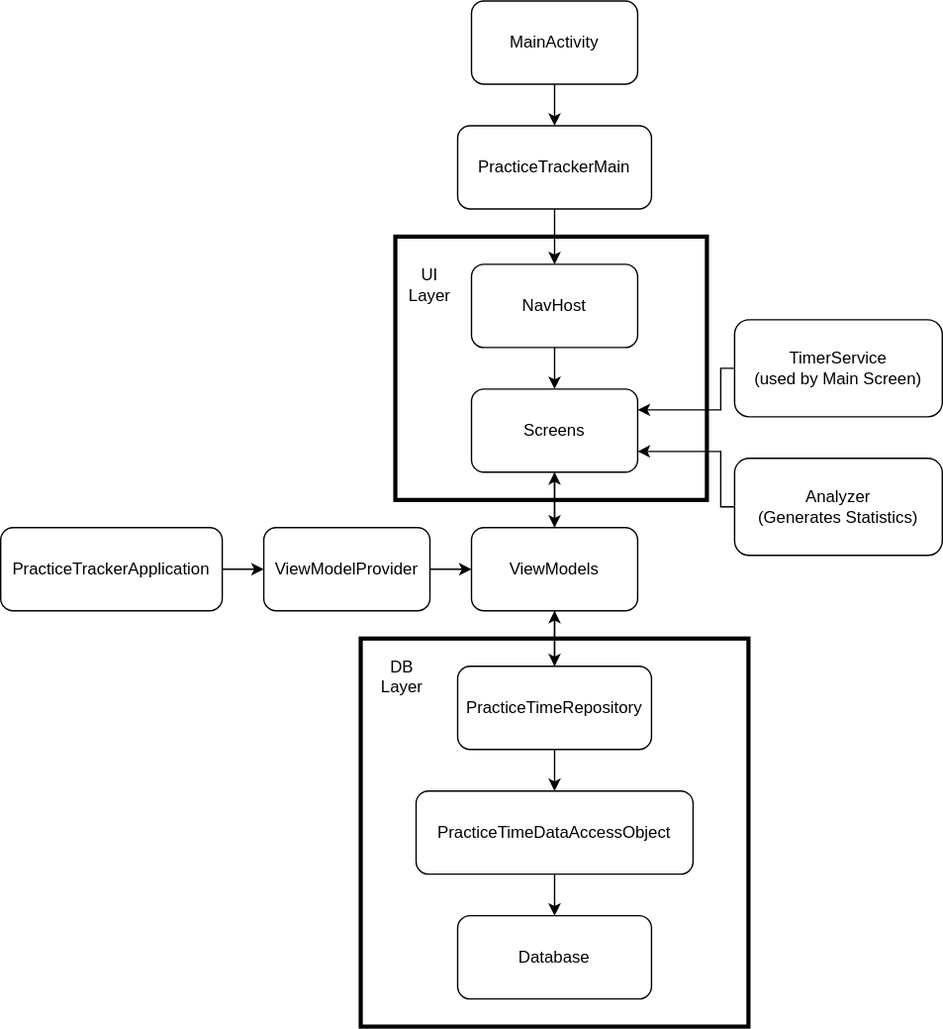
jhaeussler/PracticeTracker keeps this draw.io diagram as architecture.svg. Above is the earlier version. Source tidied: cells renumbered, new cells last; positions are measured from the earlier drawing's top-left corner, leaving out a move shared by most shapes. Its diagram source:
```xml
<mxGraphModel>
  <root>
    <mxCell id="0" />
    <mxCell id="1" parent="0" />
    <mxCell id="2" style="edgeStyle=orthogonalEdgeStyle;rounded=0;jettySize=auto;html=1;exitX=1;exitY=0.5;exitDx=0;exitDy=0;" parent="1" edge="1" source="3">
      <mxGeometry relative="1" as="geometry">
        <mxPoint x="190" y="410" as="targetPoint" />
      </mxGeometry>
    </mxCell>
    <mxCell id="3" value="PracticeTrackerApplication" style="rounded=1;whiteSpace=wrap;html=1;" parent="1" vertex="1">
      <mxGeometry y="380" width="160" height="60" as="geometry" />
    </mxCell>
    <mxCell id="4" style="edgeStyle=orthogonalEdgeStyle;rounded=0;jettySize=auto;html=1;exitX=1;exitY=0.5;exitDx=0;exitDy=0;entryX=0;entryY=0.5;entryDx=0;entryDy=0;" parent="1" edge="1" source="6" target="16">
      <mxGeometry relative="1" as="geometry" />
    </mxCell>
    <mxCell id="5" style="edgeStyle=orthogonalEdgeStyle;rounded=0;jettySize=auto;html=1;exitX=0.5;exitY=1;exitDx=0;exitDy=0;entryX=0.5;entryY=0;entryDx=0;entryDy=0;" parent="1" edge="1" source="16" target="19">
      <mxGeometry relative="1" as="geometry" />
    </mxCell>
    <mxCell id="6" value="ViewModelProvider" style="rounded=1;whiteSpace=wrap;html=1;" parent="1" vertex="1">
      <mxGeometry x="190" y="380" width="120" height="60" as="geometry" />
    </mxCell>
    <mxCell id="7" style="edgeStyle=orthogonalEdgeStyle;rounded=0;jettySize=auto;html=1;exitX=0.5;exitY=1;exitDx=0;exitDy=0;entryX=0.5;entryY=0;entryDx=0;entryDy=0;" parent="1" edge="1" source="8" target="10">
      <mxGeometry relative="1" as="geometry" />
    </mxCell>
    <mxCell id="8" value="MainActivity" style="rounded=1;whiteSpace=wrap;html=1;" parent="1" vertex="1">
      <mxGeometry x="340" width="120" height="60" as="geometry" />
    </mxCell>
    <mxCell id="9" style="edgeStyle=orthogonalEdgeStyle;rounded=0;jettySize=auto;html=1;exitX=0.5;exitY=1;exitDx=0;exitDy=0;" parent="1" edge="1" source="10" target="12">
      <mxGeometry relative="1" as="geometry" />
    </mxCell>
    <mxCell id="10" value="PracticeTrackerMain" style="rounded=1;whiteSpace=wrap;html=1;" parent="1" vertex="1">
      <mxGeometry x="330" y="90" width="140" height="60" as="geometry" />
    </mxCell>
    <mxCell id="11" style="edgeStyle=orthogonalEdgeStyle;rounded=0;jettySize=auto;html=1;exitX=0.5;exitY=1;exitDx=0;exitDy=0;entryX=0.5;entryY=0;entryDx=0;entryDy=0;" parent="1" edge="1" source="12" target="14">
      <mxGeometry relative="1" as="geometry" />
    </mxCell>
    <mxCell id="12" value="NavHost" style="rounded=1;whiteSpace=wrap;html=1;" parent="1" vertex="1">
      <mxGeometry x="340" y="190" width="120" height="60" as="geometry" />
    </mxCell>
    <mxCell id="13" style="edgeStyle=orthogonalEdgeStyle;rounded=0;jettySize=auto;html=1;exitX=0.5;exitY=1;exitDx=0;exitDy=0;entryX=0.5;entryY=0;entryDx=0;entryDy=0;" parent="1" edge="1" source="14" target="16">
      <mxGeometry relative="1" as="geometry" />
    </mxCell>
    <mxCell id="14" value="Screens" style="rounded=1;whiteSpace=wrap;html=1;" parent="1" vertex="1">
      <mxGeometry x="340" y="280" width="120" height="60" as="geometry" />
    </mxCell>
    <mxCell id="15" style="edgeStyle=orthogonalEdgeStyle;rounded=0;jettySize=auto;html=1;exitX=0.5;exitY=0;exitDx=0;exitDy=0;entryX=0.5;entryY=1;entryDx=0;entryDy=0;" parent="1" edge="1" source="16" target="14">
      <mxGeometry relative="1" as="geometry" />
    </mxCell>
    <mxCell id="16" value="ViewModels" style="rounded=1;whiteSpace=wrap;html=1;" parent="1" vertex="1">
      <mxGeometry x="340" y="380" width="120" height="60" as="geometry" />
    </mxCell>
    <mxCell id="17" style="edgeStyle=orthogonalEdgeStyle;rounded=0;jettySize=auto;html=1;exitX=0.5;exitY=1;exitDx=0;exitDy=0;entryX=0.5;entryY=0;entryDx=0;entryDy=0;" parent="1" edge="1" source="19" target="21">
      <mxGeometry relative="1" as="geometry" />
    </mxCell>
    <mxCell id="18" style="edgeStyle=orthogonalEdgeStyle;rounded=0;jettySize=auto;html=1;exitX=0.5;exitY=0;exitDx=0;exitDy=0;entryX=0.5;entryY=1;entryDx=0;entryDy=0;" parent="1" edge="1" source="19" target="16">
      <mxGeometry relative="1" as="geometry" />
    </mxCell>
    <mxCell id="19" value="PracticeTimeRepository" style="rounded=1;whiteSpace=wrap;html=1;" parent="1" vertex="1">
      <mxGeometry x="330" y="480" width="140" height="60" as="geometry" />
    </mxCell>
    <mxCell id="20" style="edgeStyle=orthogonalEdgeStyle;rounded=0;jettySize=auto;html=1;exitX=0.5;exitY=1;exitDx=0;exitDy=0;entryX=0.5;entryY=0;entryDx=0;entryDy=0;" parent="1" edge="1" source="21" target="22">
      <mxGeometry relative="1" as="geometry" />
    </mxCell>
    <mxCell id="21" value="PracticeTimeDataAccessObject" style="rounded=1;whiteSpace=wrap;html=1;" parent="1" vertex="1">
      <mxGeometry x="300" y="570" width="200" height="60" as="geometry" />
    </mxCell>
    <mxCell id="22" value="Database" style="rounded=1;whiteSpace=wrap;html=1;" parent="1" vertex="1">
      <mxGeometry x="330" y="660" width="140" height="60" as="geometry" />
    </mxCell>
    <mxCell id="23" style="edgeStyle=orthogonalEdgeStyle;rounded=0;jettySize=auto;html=1;exitX=0;exitY=0.5;exitDx=0;exitDy=0;entryX=1;entryY=0.25;entryDx=0;entryDy=0;" parent="1" edge="1" source="24" target="14">
      <mxGeometry relative="1" as="geometry">
        <Array as="points">
          <mxPoint x="520" y="265" />
          <mxPoint x="520" y="295" />
        </Array>
      </mxGeometry>
    </mxCell>
    <mxCell id="24" value="&lt;div&gt;TimerService&lt;/div&gt;&lt;div&gt;(used by Main Screen)&lt;/div&gt;" style="rounded=1;whiteSpace=wrap;html=1;" parent="1" vertex="1">
      <mxGeometry x="530" y="230" width="150" height="70" as="geometry" />
    </mxCell>
    <mxCell id="25" style="edgeStyle=orthogonalEdgeStyle;rounded=0;jettySize=auto;html=1;exitX=0;exitY=0.5;exitDx=0;exitDy=0;entryX=1;entryY=0.75;entryDx=0;entryDy=0;" parent="1" edge="1" source="26" target="14">
      <mxGeometry relative="1" as="geometry">
        <Array as="points">
          <mxPoint x="520" y="365" />
          <mxPoint x="520" y="325" />
        </Array>
      </mxGeometry>
    </mxCell>
    <mxCell id="26" value="&lt;div&gt;Analyzer&lt;/div&gt;(Generates Statistics)" style="rounded=1;whiteSpace=wrap;html=1;" parent="1" vertex="1">
      <mxGeometry x="530" y="330" width="150" height="70" as="geometry" />
    </mxCell>
    <mxCell id="27" style="rounded=0;whiteSpace=wrap;html=1;fillColor=none;strokeColor=light-dark(#000000,#D5E8D4);strokeWidth=3;" parent="1" vertex="1">
      <mxGeometry x="285" y="170" width="225" height="190" as="geometry" />
    </mxCell>
    <mxCell id="28" value="&lt;div&gt;UI&lt;/div&gt;&lt;div&gt;Layer&lt;/div&gt;" style="text;html=1;whiteSpace=wrap;strokeColor=none;fillColor=none;align=center;verticalAlign=middle;rounded=0;" parent="1" vertex="1">
      <mxGeometry x="280" y="190" width="60" height="30" as="geometry" />
    </mxCell>
    <mxCell id="29" style="rounded=0;whiteSpace=wrap;html=1;fillColor=none;strokeColor=light-dark(#000000,#A9C4EB);strokeWidth=3;" parent="1" vertex="1">
      <mxGeometry x="260" y="460" width="280" height="280" as="geometry" />
    </mxCell>
    <mxCell id="30" value="&lt;div&gt;DB&lt;/div&gt;&lt;div&gt;Layer&lt;/div&gt;&lt;div&gt;&lt;br&gt;&lt;/div&gt;" style="text;html=1;whiteSpace=wrap;strokeColor=none;fillColor=none;align=center;verticalAlign=middle;rounded=0;" parent="1" vertex="1">
      <mxGeometry x="260" y="480" width="60" height="30" as="geometry" />
    </mxCell>
  </root>
</mxGraphModel>
```
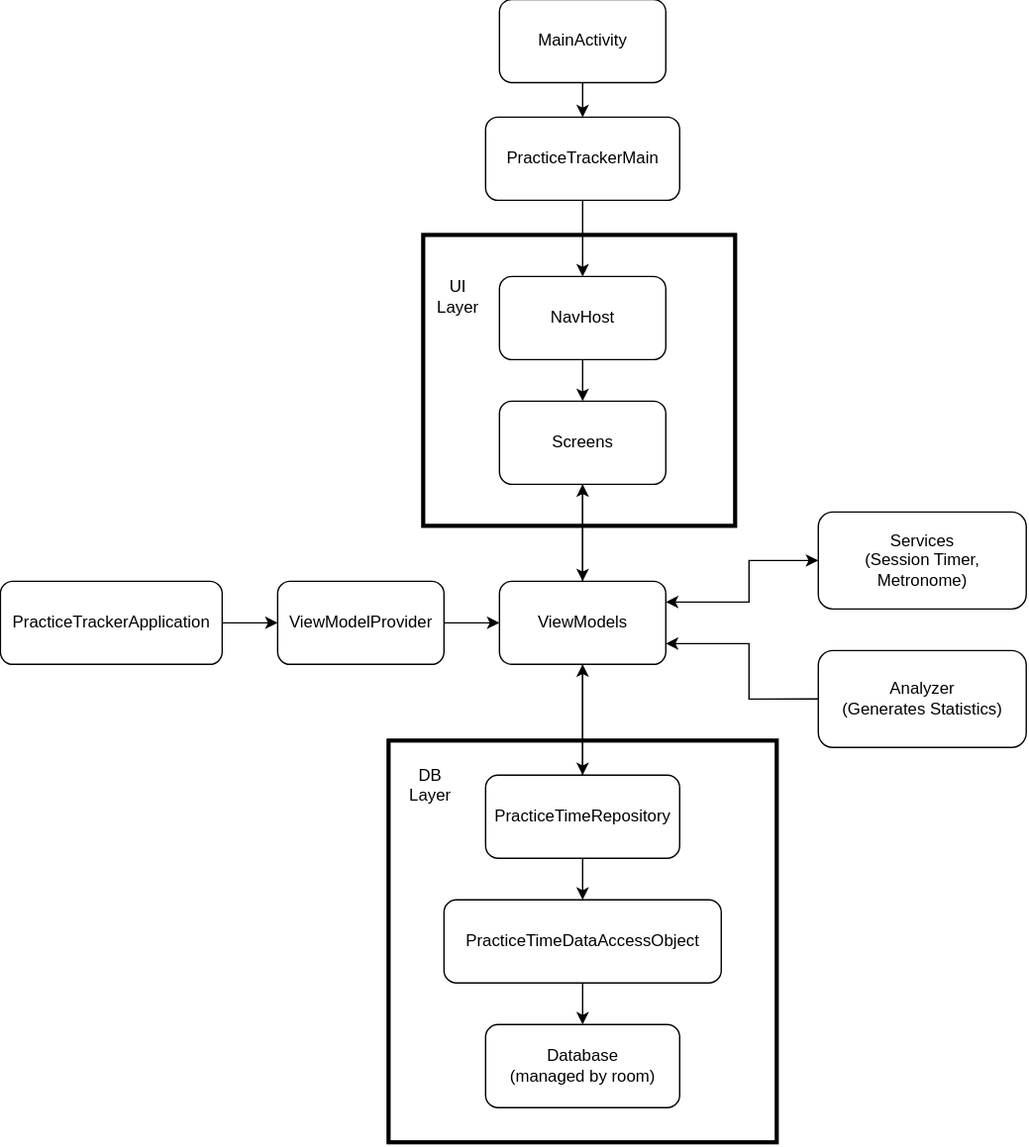
Above is the later version.

Diff of the diagram source:
```diff
@@ -2,13 +2,16 @@
   <root>
     <mxCell id="0" />
     <mxCell id="1" parent="0" />
+    <mxCell id="29" style="rounded=0;whiteSpace=wrap;html=1;fillColor=none;strokeColor=light-dark(#000000,#A9C4EB);strokeWidth=3;" parent="1" vertex="1">
+      <mxGeometry x="260" y="525" width="280" height="290" as="geometry" />
+    </mxCell>
     <mxCell id="2" style="edgeStyle=orthogonalEdgeStyle;rounded=0;jettySize=auto;html=1;exitX=1;exitY=0.5;exitDx=0;exitDy=0;" parent="1" edge="1" source="3">
       <mxGeometry relative="1" as="geometry">
-        <mxPoint x="190" y="410" as="targetPoint" />
+        <mxPoint x="180" y="440" as="targetPoint" />
       </mxGeometry>
     </mxCell>
     <mxCell id="3" value="PracticeTrackerApplication" style="rounded=1;whiteSpace=wrap;html=1;" parent="1" vertex="1">
-      <mxGeometry y="380" width="160" height="60" as="geometry" />
+      <mxGeometry x="-20" y="410" width="160" height="60" as="geometry" />
     </mxCell>
     <mxCell id="4" style="edgeStyle=orthogonalEdgeStyle;rounded=0;jettySize=auto;html=1;exitX=1;exitY=0.5;exitDx=0;exitDy=0;entryX=0;entryY=0.5;entryDx=0;entryDy=0;" parent="1" edge="1" source="6" target="16">
       <mxGeometry relative="1" as="geometry" />
@@ -17,19 +20,16 @@
       <mxGeometry relative="1" as="geometry" />
     </mxCell>
     <mxCell id="6" value="ViewModelProvider" style="rounded=1;whiteSpace=wrap;html=1;" parent="1" vertex="1">
-      <mxGeometry x="190" y="380" width="120" height="60" as="geometry" />
+      <mxGeometry x="180" y="410" width="120" height="60" as="geometry" />
     </mxCell>
     <mxCell id="7" style="edgeStyle=orthogonalEdgeStyle;rounded=0;jettySize=auto;html=1;exitX=0.5;exitY=1;exitDx=0;exitDy=0;entryX=0.5;entryY=0;entryDx=0;entryDy=0;" parent="1" edge="1" source="8" target="10">
       <mxGeometry relative="1" as="geometry" />
     </mxCell>
     <mxCell id="8" value="MainActivity" style="rounded=1;whiteSpace=wrap;html=1;" parent="1" vertex="1">
-      <mxGeometry x="340" width="120" height="60" as="geometry" />
+      <mxGeometry x="340" y="-10" width="120" height="60" as="geometry" />
     </mxCell>
-    <mxCell id="9" style="edgeStyle=orthogonalEdgeStyle;rounded=0;jettySize=auto;html=1;exitX=0.5;exitY=1;exitDx=0;exitDy=0;" parent="1" edge="1" source="10" target="12">
-      <mxGeometry relative="1" as="geometry" />
-    </mxCell>
     <mxCell id="10" value="PracticeTrackerMain" style="rounded=1;whiteSpace=wrap;html=1;" parent="1" vertex="1">
-      <mxGeometry x="330" y="90" width="140" height="60" as="geometry" />
+      <mxGeometry x="330" y="75" width="140" height="60" as="geometry" />
     </mxCell>
     <mxCell id="11" style="edgeStyle=orthogonalEdgeStyle;rounded=0;jettySize=auto;html=1;exitX=0.5;exitY=1;exitDx=0;exitDy=0;entryX=0.5;entryY=0;entryDx=0;entryDy=0;" parent="1" edge="1" source="12" target="14">
       <mxGeometry relative="1" as="geometry" />
@@ -43,63 +43,63 @@
     <mxCell id="14" value="Screens" style="rounded=1;whiteSpace=wrap;html=1;" parent="1" vertex="1">
       <mxGeometry x="340" y="280" width="120" height="60" as="geometry" />
     </mxCell>
-    <mxCell id="15" style="edgeStyle=orthogonalEdgeStyle;rounded=0;jettySize=auto;html=1;exitX=0.5;exitY=0;exitDx=0;exitDy=0;entryX=0.5;entryY=1;entryDx=0;entryDy=0;" parent="1" edge="1" source="16" target="14">
-      <mxGeometry relative="1" as="geometry" />
-    </mxCell>
     <mxCell id="16" value="ViewModels" style="rounded=1;whiteSpace=wrap;html=1;" parent="1" vertex="1">
-      <mxGeometry x="340" y="380" width="120" height="60" as="geometry" />
+      <mxGeometry x="340" y="410" width="120" height="60" as="geometry" />
     </mxCell>
     <mxCell id="17" style="edgeStyle=orthogonalEdgeStyle;rounded=0;jettySize=auto;html=1;exitX=0.5;exitY=1;exitDx=0;exitDy=0;entryX=0.5;entryY=0;entryDx=0;entryDy=0;" parent="1" edge="1" source="19" target="21">
       <mxGeometry relative="1" as="geometry" />
     </mxCell>
-    <mxCell id="18" style="edgeStyle=orthogonalEdgeStyle;rounded=0;jettySize=auto;html=1;exitX=0.5;exitY=0;exitDx=0;exitDy=0;entryX=0.5;entryY=1;entryDx=0;entryDy=0;" parent="1" edge="1" source="19" target="16">
-      <mxGeometry relative="1" as="geometry" />
-    </mxCell>
     <mxCell id="19" value="PracticeTimeRepository" style="rounded=1;whiteSpace=wrap;html=1;" parent="1" vertex="1">
-      <mxGeometry x="330" y="480" width="140" height="60" as="geometry" />
+      <mxGeometry x="330" y="550" width="140" height="60" as="geometry" />
     </mxCell>
     <mxCell id="20" style="edgeStyle=orthogonalEdgeStyle;rounded=0;jettySize=auto;html=1;exitX=0.5;exitY=1;exitDx=0;exitDy=0;entryX=0.5;entryY=0;entryDx=0;entryDy=0;" parent="1" edge="1" source="21" target="22">
       <mxGeometry relative="1" as="geometry" />
     </mxCell>
     <mxCell id="21" value="PracticeTimeDataAccessObject" style="rounded=1;whiteSpace=wrap;html=1;" parent="1" vertex="1">
-      <mxGeometry x="300" y="570" width="200" height="60" as="geometry" />
+      <mxGeometry x="300" y="640" width="200" height="60" as="geometry" />
     </mxCell>
-    <mxCell id="22" value="Database" style="rounded=1;whiteSpace=wrap;html=1;" parent="1" vertex="1">
-      <mxGeometry x="330" y="660" width="140" height="60" as="geometry" />
+    <mxCell id="22" value="Database&lt;br&gt;(managed by room)" style="rounded=1;whiteSpace=wrap;html=1;" parent="1" vertex="1">
+      <mxGeometry x="330" y="730" width="140" height="60" as="geometry" />
     </mxCell>
-    <mxCell id="23" style="edgeStyle=orthogonalEdgeStyle;rounded=0;jettySize=auto;html=1;exitX=0;exitY=0.5;exitDx=0;exitDy=0;entryX=1;entryY=0.25;entryDx=0;entryDy=0;" parent="1" edge="1" source="24" target="14">
+    <mxCell id="23" style="edgeStyle=orthogonalEdgeStyle;rounded=0;jettySize=auto;html=1;exitX=0;exitY=0.5;exitDx=0;exitDy=0;entryX=1;entryY=0.25;entryDx=0;entryDy=0;strokeColor=default;startArrow=classic;startFill=1;" parent="1" edge="1" source="24" target="16">
       <mxGeometry relative="1" as="geometry">
         <Array as="points">
-          <mxPoint x="520" y="265" />
-          <mxPoint x="520" y="295" />
+          <mxPoint x="520" y="395" />
+          <mxPoint x="520" y="425" />
         </Array>
       </mxGeometry>
     </mxCell>
-    <mxCell id="24" value="&lt;div&gt;TimerService&lt;/div&gt;&lt;div&gt;(used by Main Screen)&lt;/div&gt;" style="rounded=1;whiteSpace=wrap;html=1;" parent="1" vertex="1">
-      <mxGeometry x="530" y="230" width="150" height="70" as="geometry" />
+    <mxCell id="24" value="&lt;div&gt;Services&lt;/div&gt;&lt;div&gt;(Session Timer, Metronome)&lt;/div&gt;" style="rounded=1;whiteSpace=wrap;html=1;" parent="1" vertex="1">
+      <mxGeometry x="570" y="360" width="150" height="70" as="geometry" />
     </mxCell>
-    <mxCell id="25" style="edgeStyle=orthogonalEdgeStyle;rounded=0;jettySize=auto;html=1;exitX=0;exitY=0.5;exitDx=0;exitDy=0;entryX=1;entryY=0.75;entryDx=0;entryDy=0;" parent="1" edge="1" source="26" target="14">
+    <mxCell id="25" style="edgeStyle=orthogonalEdgeStyle;rounded=0;jettySize=auto;html=1;exitX=0;exitY=0.5;exitDx=0;exitDy=0;entryX=1;entryY=0.75;entryDx=0;entryDy=0;" parent="1" edge="1" source="26" target="16">
       <mxGeometry relative="1" as="geometry">
         <Array as="points">
-          <mxPoint x="520" y="365" />
-          <mxPoint x="520" y="325" />
+          <mxPoint x="520" y="495" />
+          <mxPoint x="520" y="455" />
         </Array>
       </mxGeometry>
     </mxCell>
     <mxCell id="26" value="&lt;div&gt;Analyzer&lt;/div&gt;(Generates Statistics)" style="rounded=1;whiteSpace=wrap;html=1;" parent="1" vertex="1">
-      <mxGeometry x="530" y="330" width="150" height="70" as="geometry" />
+      <mxGeometry x="570" y="460" width="150" height="70" as="geometry" />
     </mxCell>
     <mxCell id="27" style="rounded=0;whiteSpace=wrap;html=1;fillColor=none;strokeColor=light-dark(#000000,#D5E8D4);strokeWidth=3;" parent="1" vertex="1">
-      <mxGeometry x="285" y="170" width="225" height="190" as="geometry" />
+      <mxGeometry x="285" y="160" width="225" height="210" as="geometry" />
     </mxCell>
     <mxCell id="28" value="&lt;div&gt;UI&lt;/div&gt;&lt;div&gt;Layer&lt;/div&gt;" style="text;html=1;whiteSpace=wrap;strokeColor=none;fillColor=none;align=center;verticalAlign=middle;rounded=0;" parent="1" vertex="1">
       <mxGeometry x="280" y="190" width="60" height="30" as="geometry" />
     </mxCell>
-    <mxCell id="29" style="rounded=0;whiteSpace=wrap;html=1;fillColor=none;strokeColor=light-dark(#000000,#A9C4EB);strokeWidth=3;" parent="1" vertex="1">
-      <mxGeometry x="260" y="460" width="280" height="280" as="geometry" />
-    </mxCell>
     <mxCell id="30" value="&lt;div&gt;DB&lt;/div&gt;&lt;div&gt;Layer&lt;/div&gt;&lt;div&gt;&lt;br&gt;&lt;/div&gt;" style="text;html=1;whiteSpace=wrap;strokeColor=none;fillColor=none;align=center;verticalAlign=middle;rounded=0;" parent="1" vertex="1">
-      <mxGeometry x="260" y="480" width="60" height="30" as="geometry" />
+      <mxGeometry x="260" y="550" width="60" height="30" as="geometry" />
     </mxCell>
+    <mxCell id="18" style="edgeStyle=orthogonalEdgeStyle;rounded=0;jettySize=auto;html=1;exitX=0.5;exitY=0;exitDx=0;exitDy=0;entryX=0.5;entryY=1;entryDx=0;entryDy=0;" parent="1" edge="1" source="19" target="16">
+      <mxGeometry relative="1" as="geometry" />
+    </mxCell>
+    <mxCell id="15" style="edgeStyle=orthogonalEdgeStyle;rounded=0;jettySize=auto;html=1;exitX=0.5;exitY=0;exitDx=0;exitDy=0;entryX=0.5;entryY=1;entryDx=0;entryDy=0;" parent="1" edge="1" source="16" target="14">
+      <mxGeometry relative="1" as="geometry" />
+    </mxCell>
+    <mxCell id="9" style="edgeStyle=orthogonalEdgeStyle;rounded=0;jettySize=auto;html=1;exitX=0.5;exitY=1;exitDx=0;exitDy=0;" parent="1" edge="1" source="10" target="12">
+      <mxGeometry relative="1" as="geometry" />
+    </mxCell>
   </root>
 </mxGraphModel>
```
